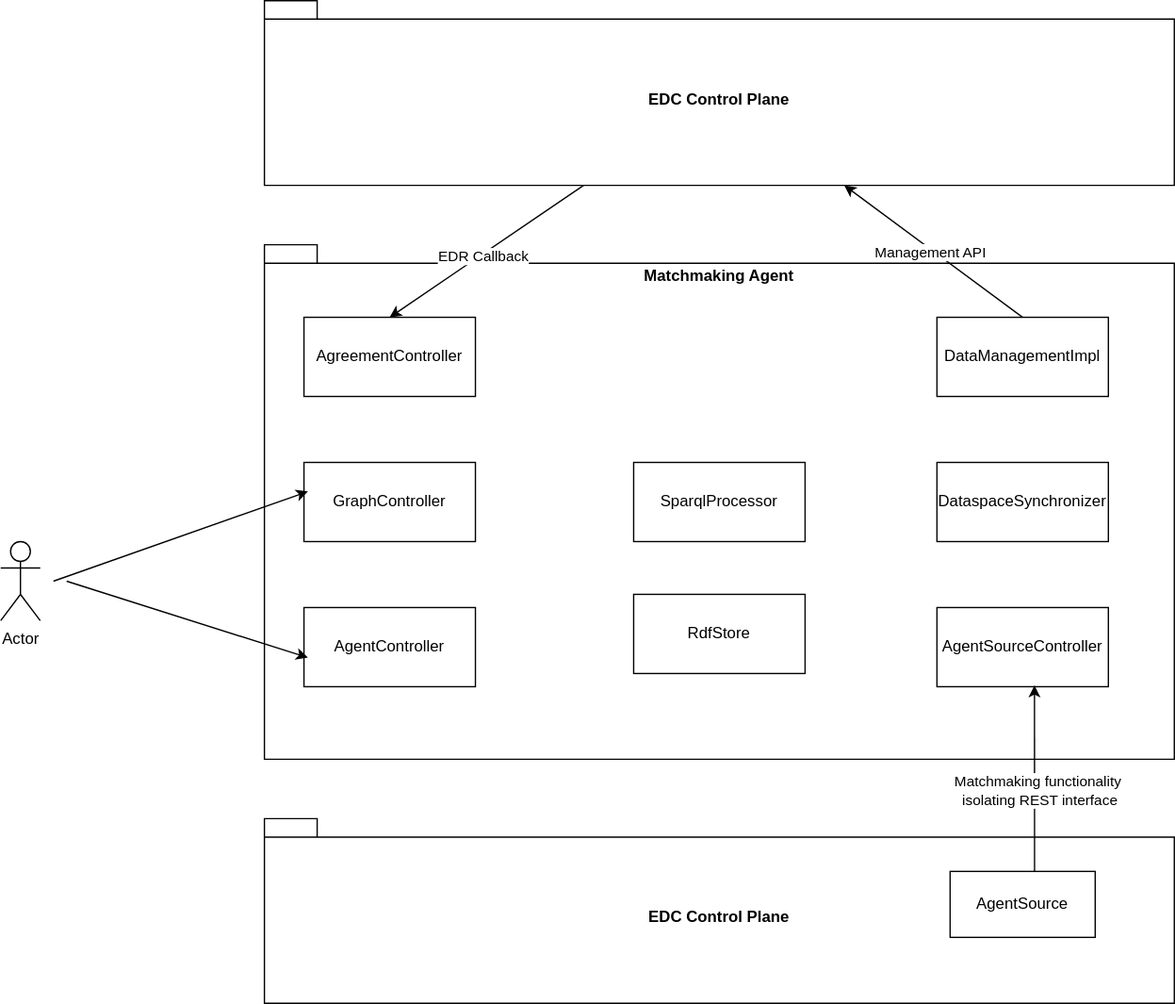
The draw.io diagram matchmaking/docs/MatchmakingAgentDiagram.drawio.svg in eclipse-tractusx/knowledge-agents, before a commit. Source tidied: cells renumbered, new cells last; positions are measured from the earlier drawing's top-left corner, leaving out a move shared by most shapes. Its diagram source:
```xml
<mxGraphModel>
  <root>
    <mxCell id="0" />
    <mxCell id="1" parent="0" />
    <mxCell id="2" value="EDC Control Plane" style="shape=folder;fontStyle=1;spacingTop=10;tabWidth=40;tabHeight=14;tabPosition=left;html=1;whiteSpace=wrap;" parent="1" vertex="1">
      <mxGeometry x="200" width="690" height="140" as="geometry" />
    </mxCell>
    <mxCell id="3" value="EDC Control Plane" style="shape=folder;fontStyle=1;spacingTop=10;tabWidth=40;tabHeight=14;tabPosition=left;html=1;whiteSpace=wrap;" parent="1" vertex="1">
      <mxGeometry x="200" y="620" width="690" height="140" as="geometry" />
    </mxCell>
    <mxCell id="4" value="Matchmaking Agent" style="shape=folder;fontStyle=1;spacingTop=10;tabWidth=40;tabHeight=14;tabPosition=left;html=1;whiteSpace=wrap;verticalAlign=top;" parent="1" vertex="1">
      <mxGeometry x="200" y="185" width="690" height="390" as="geometry" />
    </mxCell>
    <mxCell id="5" value="AgentSource" style="html=1;whiteSpace=wrap;" parent="1" vertex="1">
      <mxGeometry x="720" y="660" width="110" height="50" as="geometry" />
    </mxCell>
    <mxCell id="6" value="AgentSourceController" style="html=1;whiteSpace=wrap;" parent="1" vertex="1">
      <mxGeometry x="710" y="460" width="130" height="60" as="geometry" />
    </mxCell>
    <mxCell id="7" value="SparqlProcessor" style="html=1;whiteSpace=wrap;" parent="1" vertex="1">
      <mxGeometry x="480" y="350" width="130" height="60" as="geometry" />
    </mxCell>
    <mxCell id="8" value="GraphController" style="html=1;whiteSpace=wrap;" parent="1" vertex="1">
      <mxGeometry x="230" y="350" width="130" height="60" as="geometry" />
    </mxCell>
    <mxCell id="9" value="AgentController" style="html=1;whiteSpace=wrap;" parent="1" vertex="1">
      <mxGeometry x="230" y="460" width="130" height="60" as="geometry" />
    </mxCell>
    <mxCell id="10" value="AgreementController" style="html=1;whiteSpace=wrap;" parent="1" vertex="1">
      <mxGeometry x="230" y="240" width="130" height="60" as="geometry" />
    </mxCell>
    <mxCell id="11" value="DataManagementImpl" style="html=1;whiteSpace=wrap;" parent="1" vertex="1">
      <mxGeometry x="710" y="240" width="130" height="60" as="geometry" />
    </mxCell>
    <mxCell id="12" value="DataspaceSynchronizer" style="html=1;whiteSpace=wrap;" parent="1" vertex="1">
      <mxGeometry x="710" y="350" width="130" height="60" as="geometry" />
    </mxCell>
    <mxCell id="13" value="Actor" style="shape=umlActor;verticalLabelPosition=bottom;verticalAlign=top;html=1;" parent="1" vertex="1">
      <mxGeometry y="410" width="30" height="60" as="geometry" />
    </mxCell>
    <mxCell id="14" value="&lt;div&gt;RdfStore&lt;/div&gt;" style="html=1;whiteSpace=wrap;" parent="1" vertex="1">
      <mxGeometry x="480" y="450" width="130" height="60" as="geometry" />
    </mxCell>
    <mxCell id="15" style="endArrow=classic;html=1;rounded=0;entryX=0.023;entryY=0.367;entryDx=0;entryDy=0;entryPerimeter=0;" parent="1" edge="1" target="8">
      <mxGeometry relative="1" as="geometry">
        <mxPoint x="40" y="440" as="sourcePoint" />
      </mxGeometry>
    </mxCell>
    <mxCell id="16" style="endArrow=classic;html=1;rounded=0;entryX=0.023;entryY=0.633;entryDx=0;entryDy=0;entryPerimeter=0;" parent="1" edge="1" target="9">
      <mxGeometry relative="1" as="geometry">
        <mxPoint x="50" y="440" as="sourcePoint" />
      </mxGeometry>
    </mxCell>
    <mxCell id="17" style="endArrow=classic;html=1;rounded=0;exitX=0.582;exitY=0;exitDx=0;exitDy=0;exitPerimeter=0;entryX=0.569;entryY=0.983;entryDx=0;entryDy=0;entryPerimeter=0;" parent="1" edge="1" source="5" target="6">
      <mxGeometry relative="1" as="geometry" />
    </mxCell>
    <mxCell id="18" value="&lt;div&gt;Matchmaking functionality&amp;nbsp;&lt;/div&gt;&lt;div&gt;isolating REST interface&lt;/div&gt;" style="edgeLabel;html=1;align=center;verticalAlign=middle;" parent="17" vertex="1">
      <mxGeometry x="-0.13" y="-4" relative="1" as="geometry" />
    </mxCell>
    <mxCell id="19" style="endArrow=classic;html=1;rounded=0;entryX=0.5;entryY=0;entryDx=0;entryDy=0;" parent="1" edge="1" source="2" target="10">
      <mxGeometry relative="1" as="geometry" />
    </mxCell>
    <mxCell id="20" value="EDR Callback" style="edgeLabel;html=1;align=center;verticalAlign=middle;" parent="19" vertex="1">
      <mxGeometry x="0.04" y="1" relative="1" as="geometry" />
    </mxCell>
    <mxCell id="21" style="endArrow=classic;html=1;rounded=0;exitX=0.5;exitY=0;exitDx=0;exitDy=0;" parent="1" edge="1" source="11" target="2">
      <mxGeometry relative="1" as="geometry" />
    </mxCell>
    <mxCell id="22" value="Management API" style="edgeLabel;html=1;align=center;verticalAlign=middle;" parent="21" vertex="1">
      <mxGeometry x="0.02" y="2" relative="1" as="geometry" />
    </mxCell>
  </root>
</mxGraphModel>
```
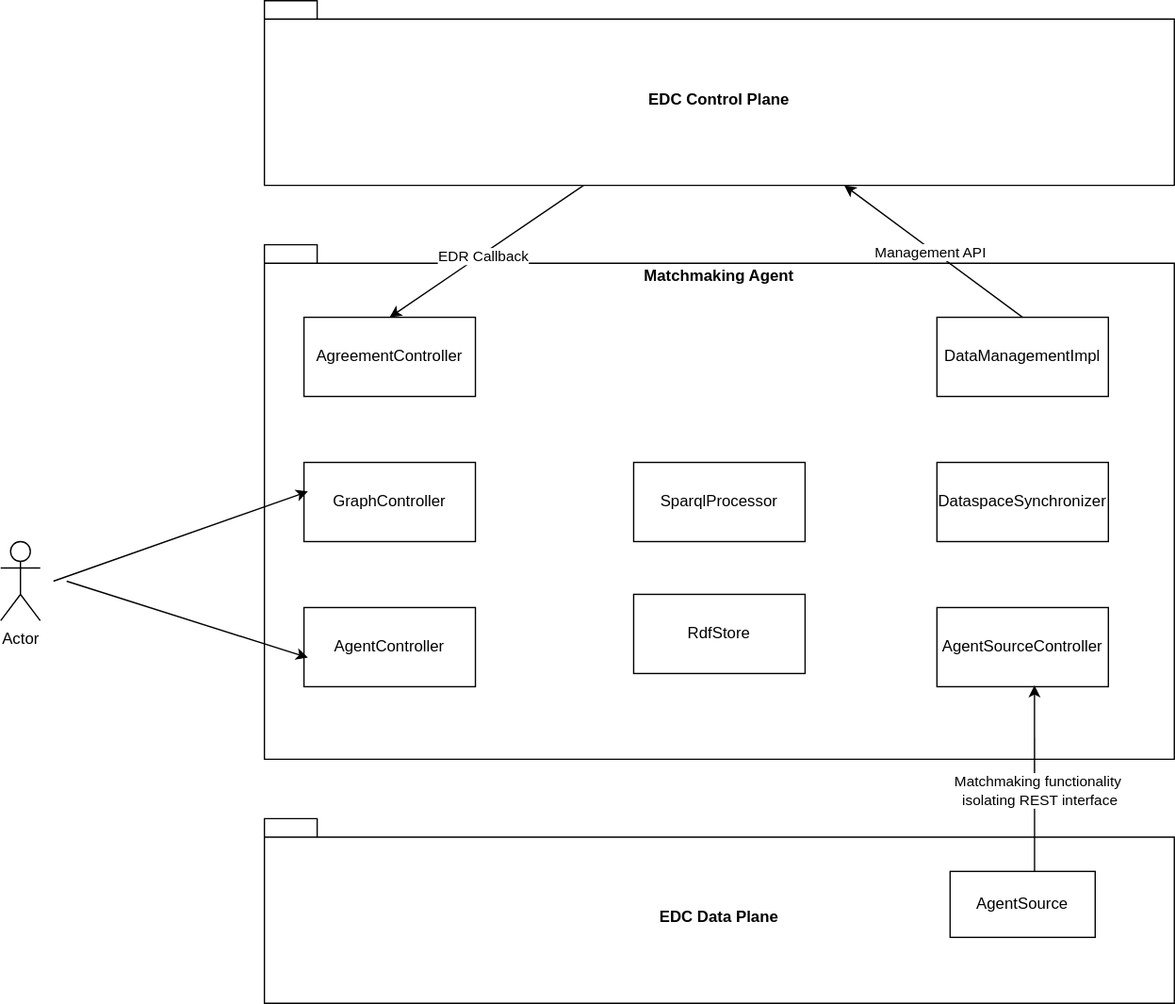
After the change.

Change to the diagram source:
```diff
@@ -5,7 +5,7 @@
     <mxCell id="2" value="EDC Control Plane" style="shape=folder;fontStyle=1;spacingTop=10;tabWidth=40;tabHeight=14;tabPosition=left;html=1;whiteSpace=wrap;" parent="1" vertex="1">
       <mxGeometry x="200" width="690" height="140" as="geometry" />
     </mxCell>
-    <mxCell id="3" value="EDC Control Plane" style="shape=folder;fontStyle=1;spacingTop=10;tabWidth=40;tabHeight=14;tabPosition=left;html=1;whiteSpace=wrap;" parent="1" vertex="1">
+    <mxCell id="3" value="EDC Data Plane" style="shape=folder;fontStyle=1;spacingTop=10;tabWidth=40;tabHeight=14;tabPosition=left;html=1;whiteSpace=wrap;" parent="1" vertex="1">
       <mxGeometry x="200" y="620" width="690" height="140" as="geometry" />
     </mxCell>
     <mxCell id="4" value="Matchmaking Agent" style="shape=folder;fontStyle=1;spacingTop=10;tabWidth=40;tabHeight=14;tabPosition=left;html=1;whiteSpace=wrap;verticalAlign=top;" parent="1" vertex="1">
```
